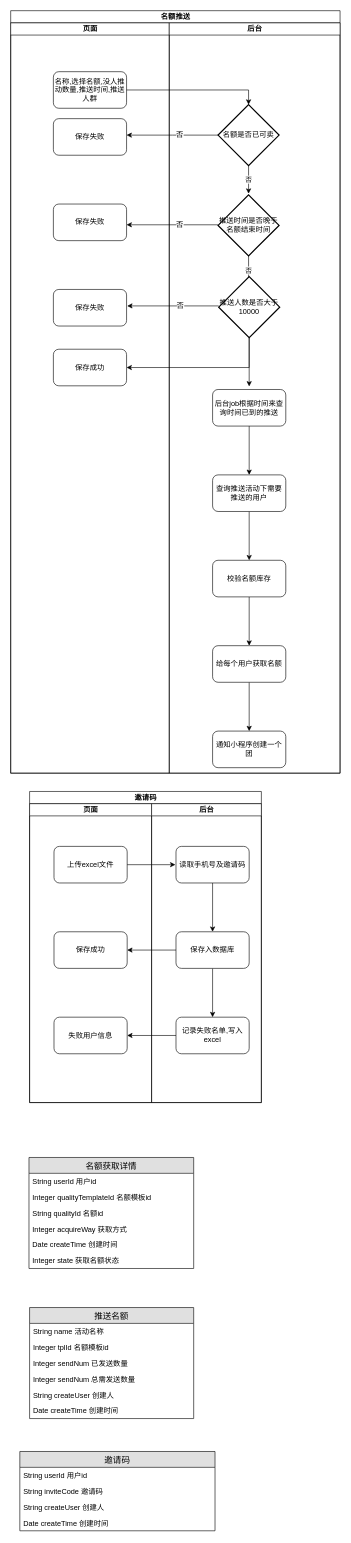
Earlier version of the draw.io diagram 分佣后台.drawio (675706842/drawio). Source tidied: cells renumbered, new cells numbered last; positions are measured from the earlier drawing's top-left corner, leaving out a move shared by most shapes. Both pictures are drawn from the tidied source at 61%, with x=0, y=0 at pixel (10, 10).
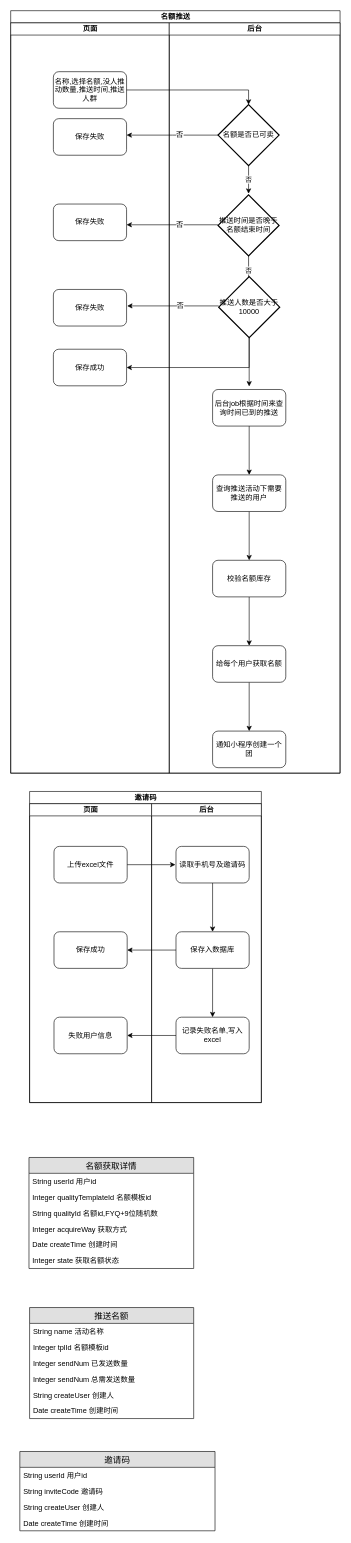
After the change.

Commit message:
更新分佣后台.drawio

The change refers to these unchanged cells:
```xml
<mxCell id="47" value="名额获取详情" style="swimlane;fontStyle=0;horizontal=1;startSize=26;fillColor=#e0e0e0;swimlaneFillColor=#ffffff;align=center;fontSize=14;" parent="1" vertex="1">
  <mxGeometry x="30" y="1880" width="270" height="182" as="geometry" />
</mxCell>
```

The edit, as a diff of the source:
```diff
@@
-    <mxCell id="50" value="String qualityId 名额id" style="text;strokeColor=none;fillColor=none;spacingLeft=4;spacingRight=4;overflow=hidden;fontSize=12;" parent="47" vertex="1">
+    <mxCell id="50" value="String qualityId 名额id,FYQ+9位随机数" style="text;strokeColor=none;fillColor=none;spacingLeft=4;spacingRight=4;overflow=hidden;fontSize=12;" parent="47" vertex="1">
       <mxGeometry y="78" width="270" height="26" as="geometry" />
     </mxCell>
```
